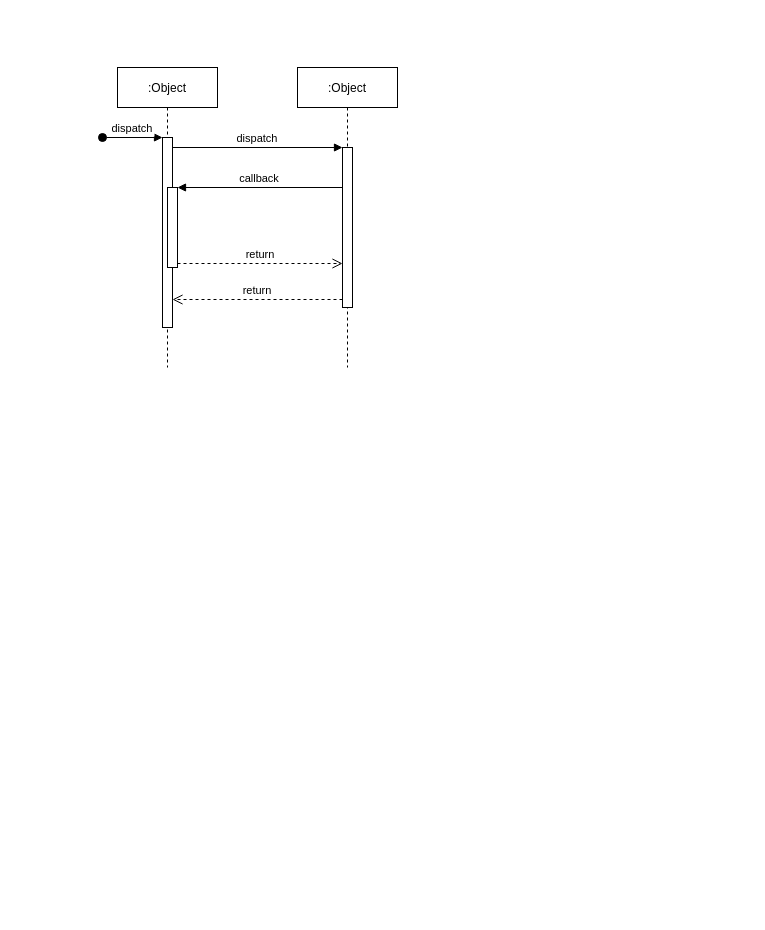
Above: Untitled Diagram.drawio in kimdongjang/simulate_invest (draw.io), before the change. Source tidied: cells renumbered, new cells numbered last; positions are measured from the earlier drawing's top-left corner, leaving out a move shared by most shapes. Both pictures are drawn from the tidied source at 100%, with x=0, y=0 at pixel (102, 67).
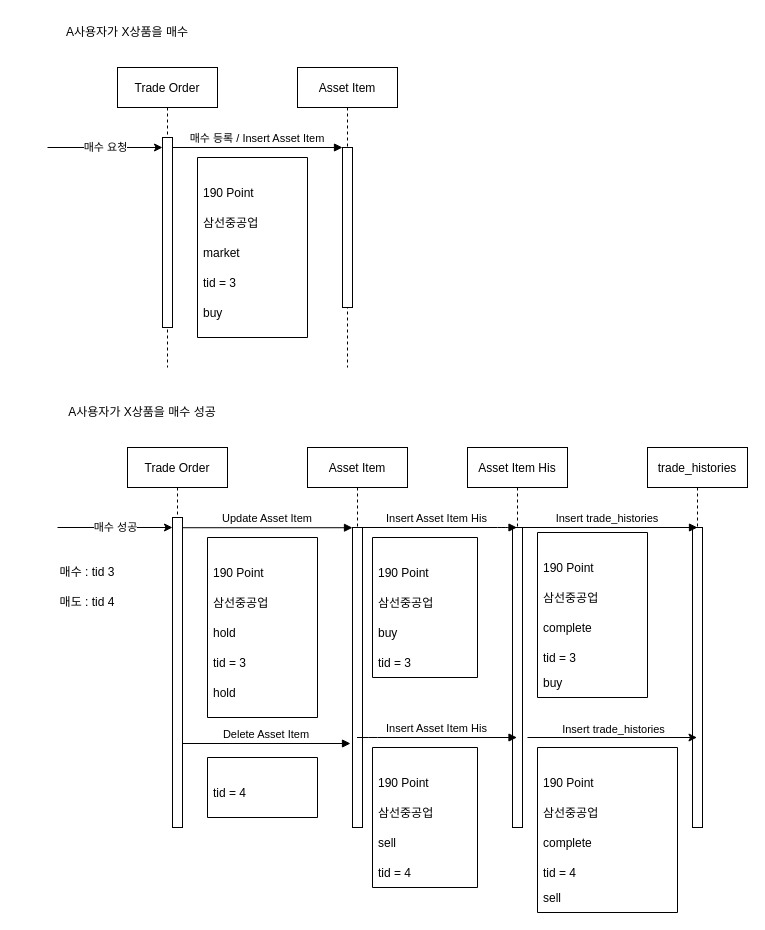
The same page after the edit.

The change refers to these unchanged cells:
```xml
<mxCell id="3" style="points=[];perimeter=orthogonalPerimeter;rounded=0;shadow=0;strokeWidth=1;" parent="2" vertex="1">
  <mxGeometry x="45" y="70" width="10" height="190" as="geometry" />
</mxCell>
<mxCell id="7" style="points=[];perimeter=orthogonalPerimeter;rounded=0;shadow=0;strokeWidth=1;" parent="6" vertex="1">
  <mxGeometry x="45" y="80" width="10" height="160" as="geometry" />
</mxCell>
```

The edit, as a diff of the source:
```diff
@@
-    <mxCell id="2" value=":Object" style="shape=umlLifeline;perimeter=lifelinePerimeter;rounded=0;shadow=0;strokeWidth=1;" parent="1" vertex="1">
+    <mxCell id="2" value="Trade Order" style="shape=umlLifeline;perimeter=lifelinePerimeter;rounded=0;shadow=0;strokeWidth=1;" parent="1" vertex="1">
       <mxGeometry x="15" width="100" height="300" as="geometry" />
     </mxCell>
@@
-    <mxCell id="4" value="dispatch" style="verticalAlign=bottom;startArrow=oval;endArrow=block;startSize=8;shadow=0;strokeWidth=1;" parent="2" edge="1" target="3">
-      <mxGeometry relative="1" as="geometry">
-        <mxPoint x="-15" y="70" as="sourcePoint" />
-      </mxGeometry>
-    </mxCell>
-    <mxCell id="5" style="points=[];perimeter=orthogonalPerimeter;rounded=0;shadow=0;strokeWidth=1;" parent="2" vertex="1">
-      <mxGeometry x="50" y="120" width="10" height="80" as="geometry" />
-    </mxCell>
+    <mxCell id="12" value="매수 요청&lt;br&gt;" style="endArrow=classic;html=1;rounded=0;" parent="2" edge="1">
+      <mxGeometry relative="1" as="geometry">
+        <mxPoint x="-70" y="80" as="sourcePoint" />
+        <mxPoint x="45" y="80" as="targetPoint" />
+      </mxGeometry>
+    </mxCell>
-    <mxCell id="6" value=":Object" style="shape=umlLifeline;perimeter=lifelinePerimeter;rounded=0;shadow=0;strokeWidth=1;" parent="1" vertex="1">
+    <mxCell id="6" value="Asset Item" style="shape=umlLifeline;perimeter=lifelinePerimeter;rounded=0;shadow=0;strokeWidth=1;" parent="1" vertex="1">
       <mxGeometry x="195" width="100" height="300" as="geometry" />
     </mxCell>
@@
-    <mxCell id="8" value="return" style="verticalAlign=bottom;endArrow=open;dashed=1;endSize=8;exitX=0;exitY=0.95;shadow=0;strokeWidth=1;" parent="1" edge="1" source="7" target="3">
-      <mxGeometry relative="1" as="geometry" />
-    </mxCell>
+    <mxCell id="13" style="swimlane;startSize=0;" parent="6" vertex="1">
+      <mxGeometry x="-100" y="90" width="110" height="180" as="geometry" />
+    </mxCell>
+    <mxCell id="14" value="190 Point" style="text;strokeColor=none;fillColor=none;align=left;verticalAlign=middle;spacingLeft=4;spacingRight=4;overflow=hidden;" parent="13" vertex="1">
+      <mxGeometry y="20" width="140" height="30" as="geometry" />
+    </mxCell>
+    <mxCell id="15" value="삼선중공업" style="text;strokeColor=none;fillColor=none;align=left;verticalAlign=middle;spacingLeft=4;spacingRight=4;overflow=hidden;" parent="13" vertex="1">
+      <mxGeometry y="50" width="140" height="30" as="geometry" />
+    </mxCell>
+    <mxCell id="16" value="market" style="text;strokeColor=none;fillColor=none;align=left;verticalAlign=middle;spacingLeft=4;spacingRight=4;overflow=hidden;" parent="13" vertex="1">
+      <mxGeometry y="80" width="140" height="30" as="geometry" />
+    </mxCell>
+    <mxCell id="17" value="tid = 3" style="text;strokeColor=none;fillColor=none;align=left;verticalAlign=middle;spacingLeft=4;spacingRight=4;overflow=hidden;" parent="13" vertex="1">
+      <mxGeometry y="110" width="140" height="30" as="geometry" />
+    </mxCell>
+    <mxCell id="18" value="buy" style="text;strokeColor=none;fillColor=none;align=left;verticalAlign=middle;spacingLeft=4;spacingRight=4;overflow=hidden;" parent="13" vertex="1">
+      <mxGeometry y="140" width="140" height="30" as="geometry" />
+    </mxCell>
-    <mxCell id="9" value="dispatch" style="verticalAlign=bottom;endArrow=block;entryX=0;entryY=0;shadow=0;strokeWidth=1;" parent="1" edge="1" source="3" target="7">
+    <mxCell id="9" value="매수 등록 / Insert Asset Item" style="verticalAlign=bottom;endArrow=block;entryX=0;entryY=0;shadow=0;strokeWidth=1;" parent="1" edge="1" source="3" target="7">
       <mxGeometry relative="1" as="geometry" />
     </mxCell>
-    <mxCell id="10" value="callback" style="verticalAlign=bottom;endArrow=block;entryX=1;entryY=0;shadow=0;strokeWidth=1;" parent="1" edge="1" source="7" target="5">
-      <mxGeometry relative="1" as="geometry" />
-    </mxCell>
-    <mxCell id="11" value="return" style="verticalAlign=bottom;endArrow=open;dashed=1;endSize=8;exitX=1;exitY=0.95;shadow=0;strokeWidth=1;" parent="1" edge="1" source="5" target="7">
-      <mxGeometry relative="1" as="geometry" />
-    </mxCell>
+    <mxCell id="19" value="A사용자가 X상품을 매수" style="text;html=1;strokeColor=none;fillColor=none;align=center;verticalAlign=middle;whiteSpace=wrap;rounded=0;" parent="1" vertex="1">
+      <mxGeometry x="-55" y="-50" width="160" height="30" as="geometry" />
+    </mxCell>
+    <mxCell id="20" value="Trade Order" style="shape=umlLifeline;perimeter=lifelinePerimeter;rounded=0;shadow=0;strokeWidth=1;" parent="1" vertex="1">
+      <mxGeometry x="25" y="380" width="100" height="380" as="geometry" />
+    </mxCell>
+    <mxCell id="21" style="points=[];perimeter=orthogonalPerimeter;rounded=0;shadow=0;strokeWidth=1;" parent="20" vertex="1">
+      <mxGeometry x="45" y="70" width="10" height="310" as="geometry" />
+    </mxCell>
+    <mxCell id="22" value="매수 성공" style="endArrow=classic;html=1;rounded=0;" parent="20" edge="1">
+      <mxGeometry relative="1" as="geometry">
+        <mxPoint x="-70" y="80" as="sourcePoint" />
+        <mxPoint x="45" y="80" as="targetPoint" />
+      </mxGeometry>
+    </mxCell>
+    <mxCell id="23" value="Asset Item" style="shape=umlLifeline;perimeter=lifelinePerimeter;rounded=0;shadow=0;strokeWidth=1;" parent="1" vertex="1">
+      <mxGeometry x="205" y="380" width="100" height="380" as="geometry" />
+    </mxCell>
+    <mxCell id="24" style="points=[];perimeter=orthogonalPerimeter;rounded=0;shadow=0;strokeWidth=1;" parent="23" vertex="1">
+      <mxGeometry x="45" y="80" width="10" height="300" as="geometry" />
+    </mxCell>
+    <mxCell id="25" style="swimlane;startSize=0;" parent="23" vertex="1">
+      <mxGeometry x="-100" y="90" width="110" height="180" as="geometry" />
+    </mxCell>
+    <mxCell id="26" value="190 Point" style="text;strokeColor=none;fillColor=none;align=left;verticalAlign=middle;spacingLeft=4;spacingRight=4;overflow=hidden;" parent="25" vertex="1">
+      <mxGeometry y="20" width="140" height="30" as="geometry" />
+    </mxCell>
+    <mxCell id="27" value="삼선중공업" style="text;strokeColor=none;fillColor=none;align=left;verticalAlign=middle;spacingLeft=4;spacingRight=4;overflow=hidden;" parent="25" vertex="1">
+      <mxGeometry y="50" width="140" height="30" as="geometry" />
+    </mxCell>
+    <mxCell id="28" value="hold" style="text;strokeColor=none;fillColor=none;align=left;verticalAlign=middle;spacingLeft=4;spacingRight=4;overflow=hidden;" parent="25" vertex="1">
+      <mxGeometry y="80" width="140" height="30" as="geometry" />
+    </mxCell>
+    <mxCell id="29" value="tid = 3" style="text;strokeColor=none;fillColor=none;align=left;verticalAlign=middle;spacingLeft=4;spacingRight=4;overflow=hidden;" parent="25" vertex="1">
+      <mxGeometry y="110" width="140" height="30" as="geometry" />
+    </mxCell>
+    <mxCell id="30" value="hold" style="text;strokeColor=none;fillColor=none;align=left;verticalAlign=middle;spacingLeft=4;spacingRight=4;overflow=hidden;" parent="25" vertex="1">
+      <mxGeometry y="140" width="140" height="30" as="geometry" />
+    </mxCell>
+    <mxCell id="31" value="Update Asset Item" style="verticalAlign=bottom;endArrow=block;shadow=0;strokeWidth=1;exitX=1;exitY=0.033;exitDx=0;exitDy=0;exitPerimeter=0;" parent="1" edge="1" source="21" target="24">
+      <mxGeometry relative="1" as="geometry" />
+    </mxCell>
+    <mxCell id="32" value="A사용자가 X상품을 매수 성공" style="text;html=1;strokeColor=none;fillColor=none;align=center;verticalAlign=middle;whiteSpace=wrap;rounded=0;" parent="1" vertex="1">
+      <mxGeometry x="-45" y="330" width="170" height="30" as="geometry" />
+    </mxCell>
+    <mxCell id="33" value="Asset Item His" style="shape=umlLifeline;perimeter=lifelinePerimeter;rounded=0;shadow=0;strokeWidth=1;" parent="1" vertex="1">
+      <mxGeometry x="365" y="380" width="100" height="380" as="geometry" />
+    </mxCell>
+    <mxCell id="34" style="perimeter=orthogonalPerimeter;rounded=0;shadow=0;strokeWidth=1;" parent="33" vertex="1">
+      <mxGeometry x="45" y="80" width="10" height="300" as="geometry" />
+    </mxCell>
+    <mxCell id="35" style="swimlane;startSize=0;" parent="33" vertex="1">
+      <mxGeometry x="-95" y="90" width="105" height="140" as="geometry" />
+    </mxCell>
+    <mxCell id="36" value="190 Point" style="text;strokeColor=none;fillColor=none;align=left;verticalAlign=middle;spacingLeft=4;spacingRight=4;overflow=hidden;" parent="35" vertex="1">
+      <mxGeometry y="20" width="140" height="30" as="geometry" />
+    </mxCell>
+    <mxCell id="37" value="삼선중공업" style="text;strokeColor=none;fillColor=none;align=left;verticalAlign=middle;spacingLeft=4;spacingRight=4;overflow=hidden;" parent="35" vertex="1">
+      <mxGeometry y="50" width="140" height="30" as="geometry" />
+    </mxCell>
+    <mxCell id="38" value="buy" style="text;strokeColor=none;fillColor=none;align=left;verticalAlign=middle;spacingLeft=4;spacingRight=4;overflow=hidden;" parent="35" vertex="1">
+      <mxGeometry y="80" width="140" height="30" as="geometry" />
+    </mxCell>
+    <mxCell id="39" value="tid = 3" style="text;strokeColor=none;fillColor=none;align=left;verticalAlign=middle;spacingLeft=4;spacingRight=4;overflow=hidden;" parent="35" vertex="1">
+      <mxGeometry y="110" width="140" height="30" as="geometry" />
+    </mxCell>
+    <mxCell id="40" value="trade_histories" style="shape=umlLifeline;perimeter=lifelinePerimeter;rounded=0;shadow=0;strokeWidth=1;" parent="1" vertex="1">
+      <mxGeometry x="545" y="380" width="100" height="380" as="geometry" />
+    </mxCell>
+    <mxCell id="41" style="points=[];perimeter=orthogonalPerimeter;rounded=0;shadow=0;strokeWidth=1;" parent="40" vertex="1">
+      <mxGeometry x="45" y="80" width="10" height="300" as="geometry" />
+    </mxCell>
+    <mxCell id="42" value="Insert Asset Item His" style="verticalAlign=bottom;endArrow=block;shadow=0;strokeWidth=1;" parent="1" edge="1" source="23" target="33">
+      <mxGeometry relative="1" as="geometry">
+        <Array as="points">
+          <mxPoint x="405" y="460" />
+        </Array>
+      </mxGeometry>
+    </mxCell>
+    <mxCell id="43" value="Insert trade_histories" style="verticalAlign=bottom;endArrow=block;shadow=0;strokeWidth=1;" parent="1" edge="1" target="41">
+      <mxGeometry relative="1" as="geometry">
+        <mxPoint x="415" y="460" as="sourcePoint" />
+        <Array as="points">
+          <mxPoint x="595" y="460" />
+        </Array>
+      </mxGeometry>
+    </mxCell>
+    <mxCell id="44" style="swimlane;startSize=0;" parent="1" vertex="1">
+      <mxGeometry x="435" y="465" width="110" height="165" as="geometry" />
+    </mxCell>
+    <mxCell id="45" value="190 Point" style="text;strokeColor=none;fillColor=none;align=left;verticalAlign=middle;spacingLeft=4;spacingRight=4;overflow=hidden;" parent="44" vertex="1">
+      <mxGeometry y="20" width="140" height="30" as="geometry" />
+    </mxCell>
+    <mxCell id="46" value="삼선중공업" style="text;strokeColor=none;fillColor=none;align=left;verticalAlign=middle;spacingLeft=4;spacingRight=4;overflow=hidden;" parent="44" vertex="1">
+      <mxGeometry y="50" width="140" height="30" as="geometry" />
+    </mxCell>
+    <mxCell id="47" value="complete" style="text;strokeColor=none;fillColor=none;align=left;verticalAlign=middle;spacingLeft=4;spacingRight=4;overflow=hidden;" parent="44" vertex="1">
+      <mxGeometry y="80" width="140" height="30" as="geometry" />
+    </mxCell>
+    <mxCell id="48" value="tid = 3" style="text;strokeColor=none;fillColor=none;align=left;verticalAlign=middle;spacingLeft=4;spacingRight=4;overflow=hidden;" parent="44" vertex="1">
+      <mxGeometry y="110" width="140" height="30" as="geometry" />
+    </mxCell>
+    <mxCell id="49" value="buy" style="text;strokeColor=none;fillColor=none;align=left;verticalAlign=middle;spacingLeft=4;spacingRight=4;overflow=hidden;" parent="1" vertex="1">
+      <mxGeometry x="435" y="600" width="140" height="30" as="geometry" />
+    </mxCell>
+    <mxCell id="50" value="Delete Asset Item" style="verticalAlign=bottom;endArrow=block;shadow=0;strokeWidth=1;entryX=-0.2;entryY=0.72;entryDx=0;entryDy=0;entryPerimeter=0;" parent="1" edge="1" source="21" target="24">
+      <mxGeometry relative="1" as="geometry" />
+    </mxCell>
+    <mxCell id="51" style="swimlane;startSize=0;" parent="1" vertex="1">
+      <mxGeometry x="105" y="690" width="110" height="60" as="geometry" />
+    </mxCell>
+    <mxCell id="52" value="tid = 4" style="text;strokeColor=none;fillColor=none;align=left;verticalAlign=middle;spacingLeft=4;spacingRight=4;overflow=hidden;" parent="51" vertex="1">
+      <mxGeometry y="20" width="140" height="30" as="geometry" />
+    </mxCell>
+    <mxCell id="53" value="매수 : tid 3" style="text;html=1;strokeColor=none;fillColor=none;align=center;verticalAlign=middle;whiteSpace=wrap;rounded=0;" parent="1" vertex="1">
+      <mxGeometry x="-85" y="490" width="140" height="30" as="geometry" />
+    </mxCell>
+    <mxCell id="54" value="매도 : tid 4" style="text;html=1;strokeColor=none;fillColor=none;align=center;verticalAlign=middle;whiteSpace=wrap;rounded=0;" parent="1" vertex="1">
+      <mxGeometry x="-85" y="520" width="140" height="30" as="geometry" />
+    </mxCell>
+    <mxCell id="55" value="Insert Asset Item His" style="verticalAlign=bottom;endArrow=block;shadow=0;strokeWidth=1;" parent="1" edge="1" source="23" target="33">
+      <mxGeometry relative="1" as="geometry">
+        <Array as="points">
+          <mxPoint x="265" y="670" />
+        </Array>
+      </mxGeometry>
+    </mxCell>
+    <mxCell id="56" style="swimlane;startSize=0;" parent="1" vertex="1">
+      <mxGeometry x="270" y="680" width="105" height="140" as="geometry" />
+    </mxCell>
+    <mxCell id="57" value="190 Point" style="text;strokeColor=none;fillColor=none;align=left;verticalAlign=middle;spacingLeft=4;spacingRight=4;overflow=hidden;" parent="56" vertex="1">
+      <mxGeometry y="20" width="140" height="30" as="geometry" />
+    </mxCell>
+    <mxCell id="58" value="삼선중공업" style="text;strokeColor=none;fillColor=none;align=left;verticalAlign=middle;spacingLeft=4;spacingRight=4;overflow=hidden;" parent="56" vertex="1">
+      <mxGeometry y="50" width="140" height="30" as="geometry" />
+    </mxCell>
+    <mxCell id="59" value="sell" style="text;strokeColor=none;fillColor=none;align=left;verticalAlign=middle;spacingLeft=4;spacingRight=4;overflow=hidden;" parent="56" vertex="1">
+      <mxGeometry y="80" width="140" height="30" as="geometry" />
+    </mxCell>
+    <mxCell id="60" value="tid = 4" style="text;strokeColor=none;fillColor=none;align=left;verticalAlign=middle;spacingLeft=4;spacingRight=4;overflow=hidden;" parent="56" vertex="1">
+      <mxGeometry y="110" width="140" height="30" as="geometry" />
+    </mxCell>
+    <mxCell id="61" style="endArrow=classic;html=1;rounded=0;" parent="1" edge="1" target="40">
+      <mxGeometry relative="1" as="geometry">
+        <mxPoint x="425" y="670" as="sourcePoint" />
+      </mxGeometry>
+    </mxCell>
+    <mxCell id="62" value="Insert trade_histories" style="edgeLabel;html=1;align=center;verticalAlign=bottom;" parent="61" vertex="1">
+      <mxGeometry relative="1" as="geometry" />
+    </mxCell>
+    <mxCell id="63" style="swimlane;startSize=0;" parent="1" vertex="1">
+      <mxGeometry x="435" y="680" width="140" height="165" as="geometry" />
+    </mxCell>
+    <mxCell id="64" value="190 Point" style="text;strokeColor=none;fillColor=none;align=left;verticalAlign=middle;spacingLeft=4;spacingRight=4;overflow=hidden;" parent="63" vertex="1">
+      <mxGeometry y="20" width="140" height="30" as="geometry" />
+    </mxCell>
+    <mxCell id="65" value="삼선중공업" style="text;strokeColor=none;fillColor=none;align=left;verticalAlign=middle;spacingLeft=4;spacingRight=4;overflow=hidden;" parent="63" vertex="1">
+      <mxGeometry y="50" width="140" height="30" as="geometry" />
+    </mxCell>
+    <mxCell id="66" value="complete" style="text;strokeColor=none;fillColor=none;align=left;verticalAlign=middle;spacingLeft=4;spacingRight=4;overflow=hidden;" parent="63" vertex="1">
+      <mxGeometry y="80" width="140" height="30" as="geometry" />
+    </mxCell>
+    <mxCell id="67" value="tid = 4" style="text;strokeColor=none;fillColor=none;align=left;verticalAlign=middle;spacingLeft=4;spacingRight=4;overflow=hidden;" parent="63" vertex="1">
+      <mxGeometry y="110" width="140" height="30" as="geometry" />
+    </mxCell>
+    <mxCell id="68" value="sell" style="text;strokeColor=none;fillColor=none;align=left;verticalAlign=middle;spacingLeft=4;spacingRight=4;overflow=hidden;" parent="63" vertex="1">
+      <mxGeometry y="135" width="140" height="30" as="geometry" />
+    </mxCell>
```
